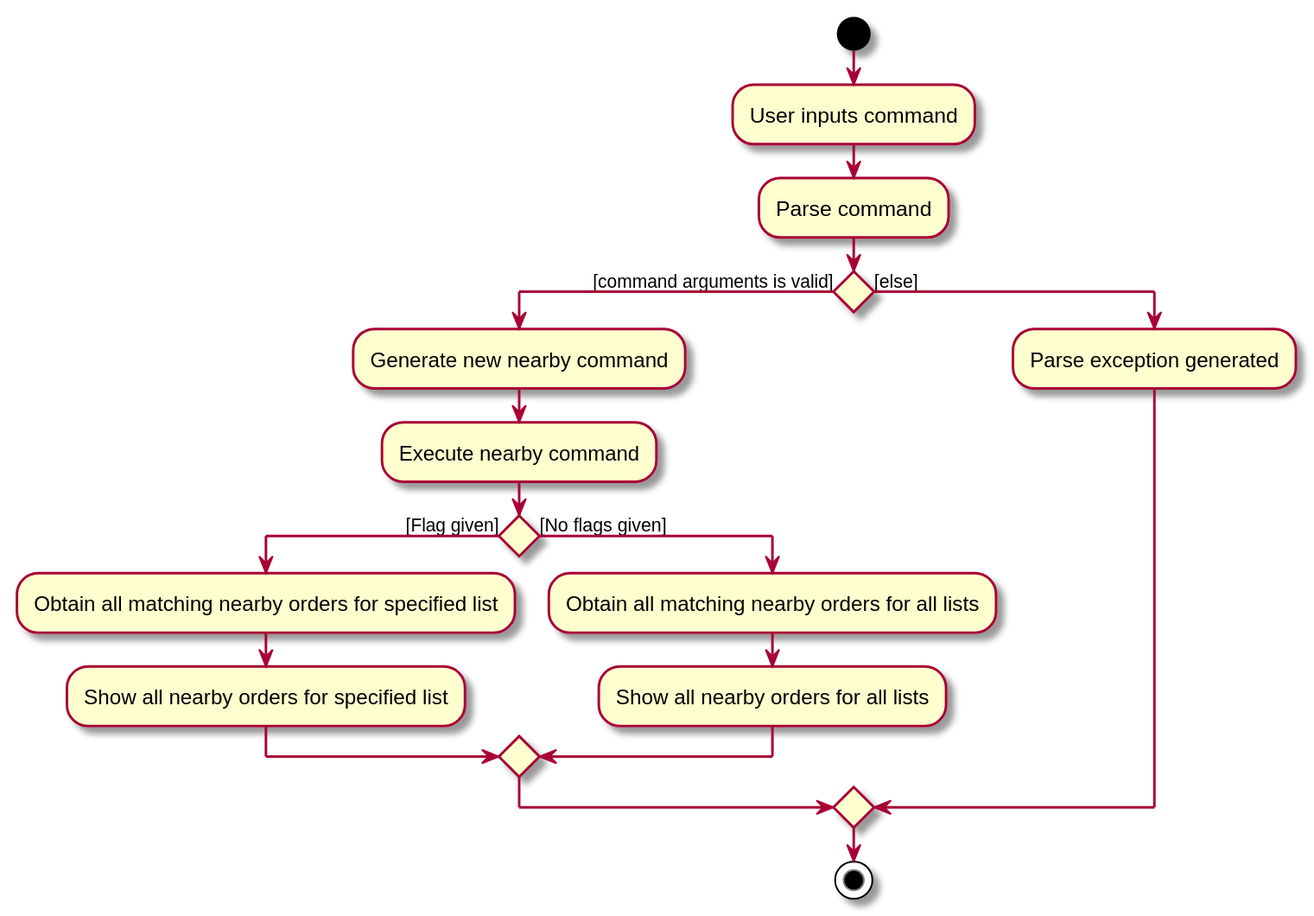
Earlier version of the PlantUML export docs/images/NearbyActivityDiagram.svg (nus-cs2103-AY1920S2/addressbook-level3). Source of this version:
```plantuml
@startuml
start
:User inputs command;
:Parse command;

if () then ([command arguments is valid])
    :Generate new nearby command;
    :Execute nearby command;
    if () then ([Flag given])
        :Obtain all matching nearby orders for specified list;
        :Show all nearby orders for specified list;
    else ([No flags given])
        :Obtain all matching nearby orders for all lists;
        :Show all nearby orders for all lists;
    endif
else ([else])
    :Parse exception generated;
endif

stop
@enduml
```
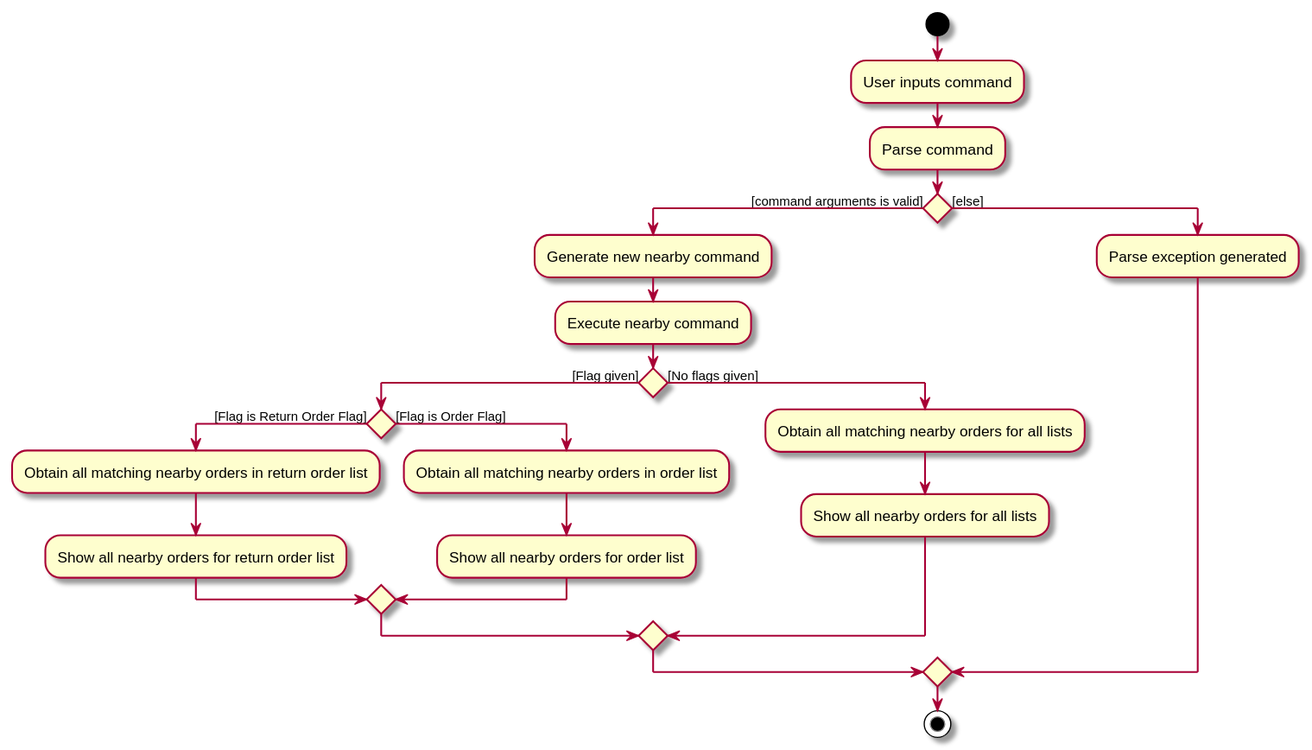
Above is the later version.

The edit, as a diff of the source:
```diff
@@ -7,8 +7,13 @@
     :Generate new nearby command;
     :Execute nearby command;
     if () then ([Flag given])
-        :Obtain all matching nearby orders for specified list;
-        :Show all nearby orders for specified list;
+        if () then ([Flag is Return Order Flag])
+        :Obtain all matching nearby orders in return order list;
+        :Show all nearby orders for return order list;
+        else ([Flag is Order Flag])
+        :Obtain all matching nearby orders in order list;
+        :Show all nearby orders for order list;
+        endif
     else ([No flags given])
         :Obtain all matching nearby orders for all lists;
         :Show all nearby orders for all lists;
```
